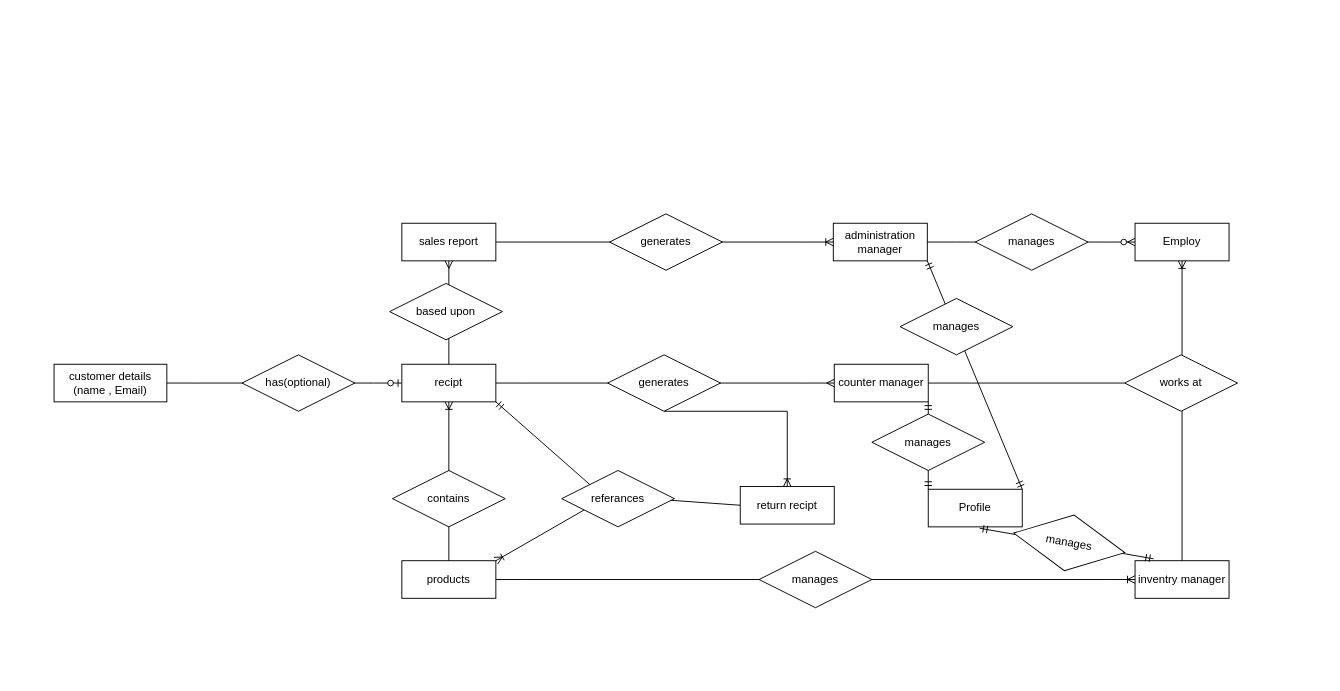
Before: recipt_project/documentation/Database Design ERT diagram .drawio in FawadSaqlain/DBMS-PROJECT, a draw.io diagram. Source tidied: cells renumbered, new cells numbered last; positions are measured from the earlier drawing's top-left corner, leaving out a move shared by most shapes. Both pictures are drawn from the tidied source at 94%, with x=0, y=0 at pixel (54, 213).
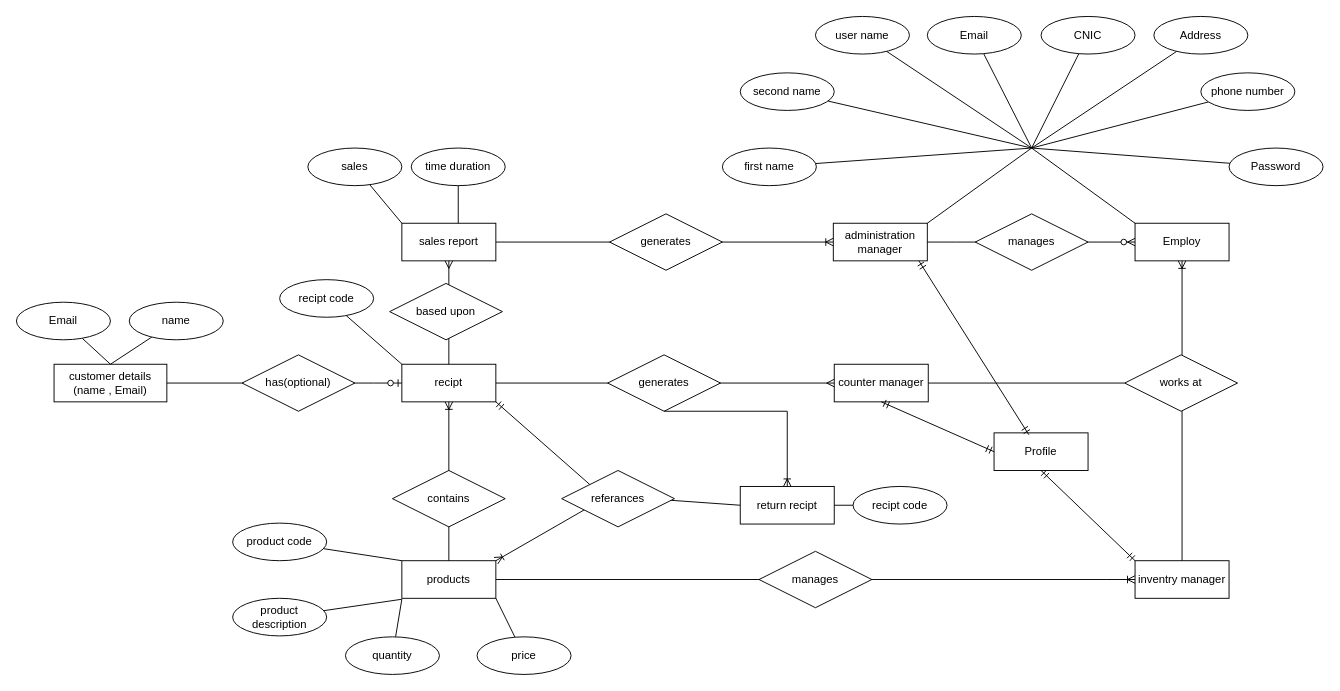
The same page after the edit.

Unchanged cells that the change refers to:
```xml
<mxCell id="2" value="sales report" style="whiteSpace=wrap;html=1;align=center;" parent="1" vertex="1">
  <mxGeometry x="370" y="10" width="100" height="40" as="geometry" />
</mxCell>
<mxCell id="3" value="administration manager" style="whiteSpace=wrap;html=1;align=center;" parent="1" vertex="1">
  <mxGeometry x="829" y="10" width="100" height="40" as="geometry" />
</mxCell>
<mxCell id="6" value="Employ" style="whiteSpace=wrap;html=1;align=center;" parent="1" vertex="1">
  <mxGeometry x="1150" y="10" width="100" height="40" as="geometry" />
</mxCell>
<mxCell id="8" value="counter manager" style="whiteSpace=wrap;html=1;align=center;" parent="1" vertex="1">
  <mxGeometry x="830" y="160" width="100" height="40" as="geometry" />
</mxCell>
<mxCell id="9" value="inventry manager" style="whiteSpace=wrap;html=1;align=center;" parent="1" vertex="1">
  <mxGeometry x="1150" y="369" width="100" height="40" as="geometry" />
</mxCell>
<mxCell id="14" value="recipt" style="whiteSpace=wrap;html=1;align=center;" parent="1" vertex="1">
  <mxGeometry x="370" y="160" width="100" height="40" as="geometry" />
</mxCell>
<mxCell id="19" value="products" style="whiteSpace=wrap;html=1;align=center;" parent="1" vertex="1">
  <mxGeometry x="370" y="369" width="100" height="40" as="geometry" />
</mxCell>
<mxCell id="24" value="customer details (name , Email)" style="whiteSpace=wrap;html=1;align=center;" parent="1" vertex="1">
  <mxGeometry y="160" width="120" height="40" as="geometry" />
</mxCell>
<mxCell id="27" value="return recipt" style="whiteSpace=wrap;html=1;align=center;" parent="1" vertex="1">
  <mxGeometry x="730" y="290" width="100" height="40" as="geometry" />
</mxCell>
```

Diff of the diagram source:
```diff
@@
+    <mxCell id="39" style="rounded=0;jettySize=auto;html=1;entryX=0.5;entryY=0;entryDx=0;entryDy=0;endArrow=none;endFill=0;" parent="1" edge="1" source="40" target="24">
+      <mxGeometry relative="1" as="geometry" />
+    </mxCell>
+    <mxCell id="40" value="Email" style="ellipse;whiteSpace=wrap;html=1;align=center;" parent="1" vertex="1">
+      <mxGeometry x="-40" y="94" width="100" height="40" as="geometry" />
+    </mxCell>
+    <mxCell id="41" style="rounded=0;jettySize=auto;html=1;entryX=0.5;entryY=0;entryDx=0;entryDy=0;endArrow=none;endFill=0;" parent="1" edge="1" source="42" target="24">
+      <mxGeometry relative="1" as="geometry" />
+    </mxCell>
+    <mxCell id="42" value="name" style="ellipse;whiteSpace=wrap;html=1;align=center;" parent="1" vertex="1">
+      <mxGeometry x="80" y="94" width="100" height="40" as="geometry" />
+    </mxCell>
+    <mxCell id="43" style="rounded=0;jettySize=auto;html=1;entryX=0;entryY=0;entryDx=0;entryDy=0;endArrow=none;endFill=0;" parent="1" edge="1" source="44" target="2">
+      <mxGeometry relative="1" as="geometry" />
+    </mxCell>
+    <mxCell id="44" value="sales" style="ellipse;whiteSpace=wrap;html=1;align=center;" parent="1" vertex="1">
+      <mxGeometry x="270" y="-70" width="100" height="40" as="geometry" />
+    </mxCell>
+    <mxCell id="45" value="time duration" style="ellipse;whiteSpace=wrap;html=1;align=center;" parent="1" vertex="1">
+      <mxGeometry x="380" y="-70" width="100" height="40" as="geometry" />
+    </mxCell>
+    <mxCell id="46" style="rounded=0;jettySize=auto;html=1;endArrow=none;endFill=0;" parent="1" edge="1" source="47">
+      <mxGeometry relative="1" as="geometry">
+        <mxPoint x="1040" y="-70" as="targetPoint" />
+      </mxGeometry>
+    </mxCell>
+    <mxCell id="47" value="Address" style="ellipse;whiteSpace=wrap;html=1;align=center;" parent="1" vertex="1">
+      <mxGeometry x="1170" y="-210" width="100" height="40" as="geometry" />
+    </mxCell>
+    <mxCell id="48" style="rounded=0;jettySize=auto;html=1;endArrow=none;endFill=0;" parent="1" edge="1" source="49">
+      <mxGeometry relative="1" as="geometry">
+        <mxPoint x="1040" y="-70" as="targetPoint" />
+      </mxGeometry>
+    </mxCell>
+    <mxCell id="49" value="second name" style="ellipse;whiteSpace=wrap;html=1;align=center;" parent="1" vertex="1">
+      <mxGeometry x="730" y="-150" width="100" height="40" as="geometry" />
+    </mxCell>
+    <mxCell id="50" style="rounded=0;jettySize=auto;html=1;endArrow=none;endFill=0;" parent="1" edge="1" source="51">
+      <mxGeometry relative="1" as="geometry">
+        <mxPoint x="1040" y="-70" as="targetPoint" />
+      </mxGeometry>
+    </mxCell>
+    <mxCell id="51" value="Password" style="ellipse;whiteSpace=wrap;html=1;align=center;" parent="1" vertex="1">
+      <mxGeometry x="1250" y="-70" width="100" height="40" as="geometry" />
+    </mxCell>
+    <mxCell id="52" style="rounded=0;jettySize=auto;html=1;endArrow=none;endFill=0;" parent="1" edge="1" source="53">
+      <mxGeometry relative="1" as="geometry">
+        <mxPoint x="1040" y="-70" as="targetPoint" />
+      </mxGeometry>
+    </mxCell>
+    <mxCell id="53" value="first name" style="ellipse;whiteSpace=wrap;html=1;align=center;" parent="1" vertex="1">
+      <mxGeometry x="711" y="-70" width="100" height="40" as="geometry" />
+    </mxCell>
+    <mxCell id="54" style="rounded=0;jettySize=auto;html=1;endArrow=none;endFill=0;" parent="1" edge="1" source="55">
+      <mxGeometry relative="1" as="geometry">
+        <mxPoint x="1040" y="-70" as="targetPoint" />
+      </mxGeometry>
+    </mxCell>
+    <mxCell id="55" value="user name" style="ellipse;whiteSpace=wrap;html=1;align=center;" parent="1" vertex="1">
+      <mxGeometry x="810" y="-210" width="100" height="40" as="geometry" />
+    </mxCell>
+    <mxCell id="56" style="rounded=0;jettySize=auto;html=1;endArrow=none;endFill=0;" parent="1" edge="1" source="57">
+      <mxGeometry relative="1" as="geometry">
+        <mxPoint x="1040" y="-70" as="targetPoint" />
+      </mxGeometry>
+    </mxCell>
+    <mxCell id="57" value="phone number" style="ellipse;whiteSpace=wrap;html=1;align=center;" parent="1" vertex="1">
+      <mxGeometry x="1220" y="-150" width="100" height="40" as="geometry" />
+    </mxCell>
+    <mxCell id="58" style="rounded=0;jettySize=auto;html=1;endArrow=none;endFill=0;" parent="1" edge="1" source="59">
+      <mxGeometry relative="1" as="geometry">
+        <mxPoint x="1040" y="-70" as="targetPoint" />
+      </mxGeometry>
+    </mxCell>
+    <mxCell id="59" value="Email" style="ellipse;whiteSpace=wrap;html=1;align=center;" parent="1" vertex="1">
+      <mxGeometry x="929" y="-210" width="100" height="40" as="geometry" />
+    </mxCell>
+    <mxCell id="60" style="rounded=0;jettySize=auto;html=1;endArrow=none;endFill=0;" parent="1" edge="1" source="61">
+      <mxGeometry relative="1" as="geometry">
+        <mxPoint x="1040" y="-70" as="targetPoint" />
+      </mxGeometry>
+    </mxCell>
+    <mxCell id="61" value="CNIC" style="ellipse;whiteSpace=wrap;html=1;align=center;" parent="1" vertex="1">
+      <mxGeometry x="1050" y="-210" width="100" height="40" as="geometry" />
+    </mxCell>
+    <mxCell id="62" style="rounded=0;jettySize=auto;html=1;entryX=0;entryY=0;entryDx=0;entryDy=0;endArrow=none;endFill=0;" parent="1" edge="1" source="63" target="14">
+      <mxGeometry relative="1" as="geometry" />
+    </mxCell>
+    <mxCell id="63" value="recipt code" style="ellipse;whiteSpace=wrap;html=1;align=center;" parent="1" vertex="1">
+      <mxGeometry x="240" y="70" width="100" height="40" as="geometry" />
+    </mxCell>
+    <mxCell id="64" style="rounded=0;jettySize=auto;html=1;entryX=0;entryY=0;entryDx=0;entryDy=0;endArrow=none;endFill=0;" parent="1" edge="1" source="65" target="19">
+      <mxGeometry relative="1" as="geometry" />
+    </mxCell>
+    <mxCell id="65" value="product code" style="ellipse;whiteSpace=wrap;html=1;align=center;" parent="1" vertex="1">
+      <mxGeometry x="190" y="329" width="100" height="40" as="geometry" />
+    </mxCell>
+    <mxCell id="66" style="rounded=0;jettySize=auto;html=1;endArrow=none;endFill=0;" parent="1" edge="1" source="67">
+      <mxGeometry relative="1" as="geometry">
+        <mxPoint x="370" y="410" as="targetPoint" />
+      </mxGeometry>
+    </mxCell>
+    <mxCell id="67" value="product description" style="ellipse;whiteSpace=wrap;html=1;align=center;" parent="1" vertex="1">
+      <mxGeometry x="190" y="409" width="100" height="40" as="geometry" />
+    </mxCell>
+    <mxCell id="68" style="rounded=0;jettySize=auto;html=1;endArrow=none;endFill=0;" parent="1" edge="1" source="69">
+      <mxGeometry relative="1" as="geometry">
+        <mxPoint x="370" y="410" as="targetPoint" />
+      </mxGeometry>
+    </mxCell>
+    <mxCell id="69" value="quantity" style="ellipse;whiteSpace=wrap;html=1;align=center;" parent="1" vertex="1">
+      <mxGeometry x="310" y="450" width="100" height="40" as="geometry" />
+    </mxCell>
+    <mxCell id="70" style="rounded=0;jettySize=auto;html=1;entryX=1;entryY=1;entryDx=0;entryDy=0;endArrow=none;endFill=0;" parent="1" edge="1" source="71" target="19">
+      <mxGeometry relative="1" as="geometry" />
+    </mxCell>
+    <mxCell id="71" value="price" style="ellipse;whiteSpace=wrap;html=1;align=center;" parent="1" vertex="1">
+      <mxGeometry x="450" y="450" width="100" height="40" as="geometry" />
+    </mxCell>
+    <mxCell id="72" style="rounded=0;jettySize=auto;html=1;entryX=1;entryY=0.5;entryDx=0;entryDy=0;endArrow=none;endFill=0;" parent="1" edge="1" source="73" target="27">
+      <mxGeometry relative="1" as="geometry" />
+    </mxCell>
+    <mxCell id="73" value="recipt code" style="ellipse;whiteSpace=wrap;html=1;align=center;" parent="1" vertex="1">
+      <mxGeometry x="850" y="290" width="100" height="40" as="geometry" />
+    </mxCell>
+    <mxCell id="74" style="rounded=0;jettySize=auto;html=1;entryX=0.6;entryY=0;entryDx=0;entryDy=0;entryPerimeter=0;endArrow=none;endFill=0;" parent="1" edge="1" source="45" target="2">
+      <mxGeometry relative="1" as="geometry" />
+    </mxCell>
+    <mxCell id="75" style="endArrow=none;html=1;rounded=0;exitX=1;exitY=0;exitDx=0;exitDy=0;entryX=0;entryY=0;entryDx=0;entryDy=0;" parent="1" edge="1" source="3" target="6">
+      <mxGeometry relative="1" as="geometry">
+        <Array as="points">
+          <mxPoint x="1040" y="-70" />
+        </Array>
+      </mxGeometry>
+    </mxCell>
     <mxCell id="32" value="Profile" style="whiteSpace=wrap;html=1;align=center;" parent="1" vertex="1">
-      <mxGeometry x="930" y="293" width="100" height="40" as="geometry" />
+      <mxGeometry x="1000" y="233" width="100" height="40" as="geometry" />
     </mxCell>
+    <mxCell id="35" style="fontSize=12;html=1;endArrow=ERmandOne;startArrow=ERmandOne;rounded=0;exitX=0.5;exitY=1;exitDx=0;exitDy=0;entryX=0;entryY=0.5;entryDx=0;entryDy=0;" parent="1" edge="1" source="8" target="32">
+      <mxGeometry relative="1" as="geometry" />
+    </mxCell>
-    <mxCell id="33" style="fontSize=12;html=1;endArrow=ERmandOne;startArrow=ERmandOne;rounded=0;exitX=0.547;exitY=1.036;exitDx=0;exitDy=0;exitPerimeter=0;entryX=0.196;entryY=-0.05;entryDx=0;entryDy=0;entryPerimeter=0;" parent="1" edge="1" source="32" target="9">
+    <mxCell id="33" style="fontSize=12;html=1;endArrow=ERmandOne;startArrow=ERmandOne;rounded=0;exitX=0.5;exitY=1;exitDx=0;exitDy=0;entryX=0;entryY=0;entryDx=0;entryDy=0;" parent="1" edge="1" source="32" target="9">
       <mxGeometry relative="1" as="geometry" />
     </mxCell>
-    <mxCell id="34" style="fontSize=12;html=1;endArrow=ERmandOne;startArrow=ERmandOne;rounded=0;exitX=1;exitY=0;exitDx=0;exitDy=0;entryX=1;entryY=1;entryDx=0;entryDy=0;" parent="1" edge="1" source="32" target="3">
-      <mxGeometry relative="1" as="geometry" />
-    </mxCell>
-    <mxCell id="35" style="fontSize=12;html=1;endArrow=ERmandOne;startArrow=ERmandOne;rounded=0;entryX=0;entryY=0;entryDx=0;entryDy=0;exitX=1;exitY=1;exitDx=0;exitDy=0;" parent="1" edge="1" source="8" target="32">
-      <mxGeometry relative="1" as="geometry" />
-    </mxCell>
-    <mxCell id="36" value="manages" style="shape=rhombus;perimeter=rhombusPerimeter;whiteSpace=wrap;html=1;align=center;rotation=0;" parent="1" vertex="1">
-      <mxGeometry x="900" y="90" width="120" height="60" as="geometry" />
-    </mxCell>
-    <mxCell id="37" value="manages" style="shape=rhombus;perimeter=rhombusPerimeter;whiteSpace=wrap;html=1;align=center;rotation=10;" parent="1" vertex="1">
-      <mxGeometry x="1020" y="320" width="120" height="60" as="geometry" />
-    </mxCell>
-    <mxCell id="38" value="manages" style="shape=rhombus;perimeter=rhombusPerimeter;whiteSpace=wrap;html=1;align=center;" parent="1" vertex="1">
-      <mxGeometry x="870" y="213" width="120" height="60" as="geometry" />
-    </mxCell>
+    <mxCell id="76" style="fontSize=12;html=1;endArrow=ERmandOne;startArrow=ERmandOne;rounded=0;exitX=0.5;exitY=1;exitDx=0;exitDy=0;entryX=0.37;entryY=0.05;entryDx=0;entryDy=0;entryPerimeter=0;" parent="1" edge="1" target="32">
+      <mxGeometry relative="1" as="geometry">
+        <mxPoint x="920" y="50" as="sourcePoint" />
+      </mxGeometry>
+    </mxCell>
```
